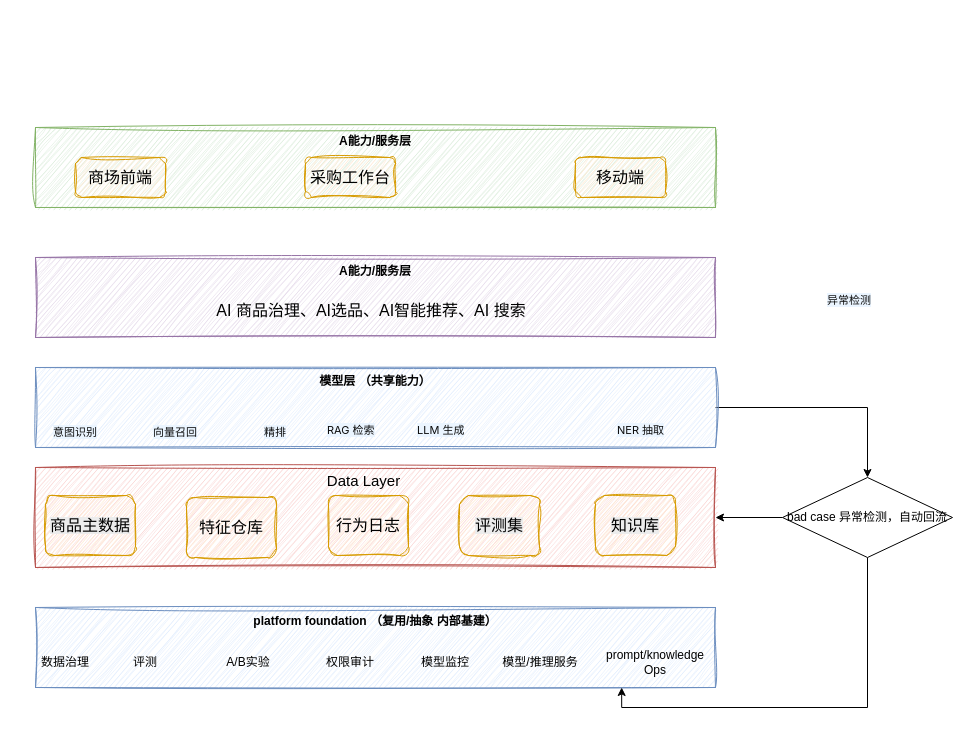
Above: page "第 1 页" (3 of 4) of AI基础能力分层架构.drawio in China-li-bai/draw (draw.io), before the change. Source tidied: cells renumbered, new cells numbered last; positions are measured from the earlier drawing's top-left corner, leaving out a move shared by most shapes. Both pictures are drawn from the tidied source at 100%, with x=0, y=0 at pixel (35, 127).
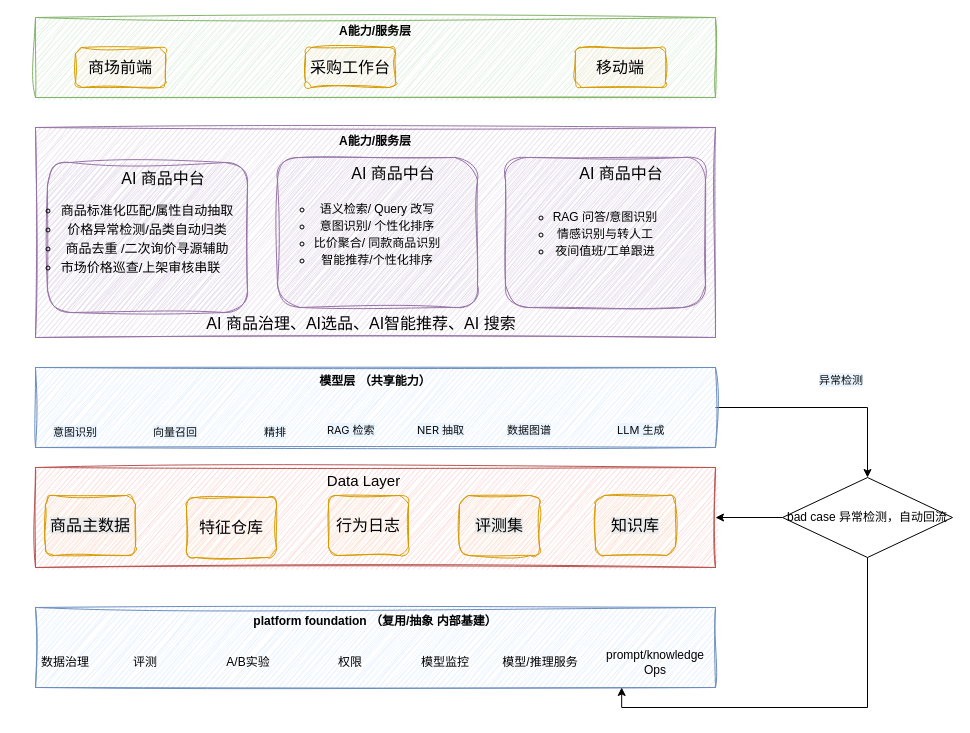
Above is the later version.

Commit message:
更新AI基础能力分层架构.drawio

The edit, as a diff of the source:
```diff
@@
-    <mxCell id="9" value="权限审计" style="text;html=1;whiteSpace=wrap;strokeColor=none;fillColor=none;align=center;verticalAlign=middle;rounded=0;" parent="1" vertex="1">
+    <mxCell id="9" value="权限" style="text;html=1;whiteSpace=wrap;strokeColor=none;fillColor=none;align=center;verticalAlign=middle;rounded=0;" parent="1" vertex="1">
       <mxGeometry x="285" y="520" width="60" height="30" as="geometry" />
     </mxCell>
@@
     <mxCell id="21" value="&lt;span style=&quot;color: rgb(13, 13, 13); font-family: -apple-system, &amp;quot;system-ui&amp;quot;, &amp;quot;PingFang SC&amp;quot;, &amp;quot;Hiragino Sans GB&amp;quot;, &amp;quot;Hiragino Sans&amp;quot;, &amp;quot;SF Pro Text&amp;quot;, system-ui, &amp;quot;Noto Sans SC&amp;quot;, &amp;quot;Helvetica Neue&amp;quot;, Helvetica, Arial, sans-serif; font-style: normal; font-variant-ligatures: normal; font-variant-caps: normal; letter-spacing: normal; orphans: 2; text-align: start; text-indent: 0px; text-transform: none; widows: 2; word-spacing: 0px; -webkit-text-stroke-width: 0px; white-space: pre-line; background-color: rgb(235, 245, 255); text-decoration-thickness: initial; text-decoration-style: initial; text-decoration-color: initial; float: none; display: inline !important;&quot;&gt;NER&amp;nbsp;抽取&lt;/span&gt;" style="text;whiteSpace=wrap;html=1;fontStyle=0;fontSize=11;" parent="1" vertex="1">
-      <mxGeometry x="580" y="290" width="100" height="40" as="geometry" />
+      <mxGeometry x="380" y="290" width="100" height="40" as="geometry" />
     </mxCell>
     <mxCell id="22" value="&lt;span style=&quot;color: rgb(13, 13, 13); font-family: -apple-system, &amp;quot;system-ui&amp;quot;, &amp;quot;PingFang SC&amp;quot;, &amp;quot;Hiragino Sans GB&amp;quot;, &amp;quot;Hiragino Sans&amp;quot;, &amp;quot;SF Pro Text&amp;quot;, system-ui, &amp;quot;Noto Sans SC&amp;quot;, &amp;quot;Helvetica Neue&amp;quot;, Helvetica, Arial, sans-serif; font-style: normal; font-variant-ligatures: normal; font-variant-caps: normal; letter-spacing: normal; orphans: 2; text-align: start; text-indent: 0px; text-transform: none; widows: 2; word-spacing: 0px; -webkit-text-stroke-width: 0px; white-space: pre-line; background-color: rgb(235, 245, 255); text-decoration-thickness: initial; text-decoration-style: initial; text-decoration-color: initial; float: none; display: inline !important;&quot;&gt;异常检测&lt;/span&gt;" style="text;whiteSpace=wrap;html=1;fontStyle=0;fontSize=11;" parent="1" vertex="1">
-      <mxGeometry x="790" y="160" width="100" height="40" as="geometry" />
+      <mxGeometry x="782" y="240" width="100" height="40" as="geometry" />
     </mxCell>
     <mxCell id="23" value="&lt;span style=&quot;color: rgb(13, 13, 13); font-family: -apple-system, &amp;quot;system-ui&amp;quot;, &amp;quot;PingFang SC&amp;quot;, &amp;quot;Hiragino Sans GB&amp;quot;, &amp;quot;Hiragino Sans&amp;quot;, &amp;quot;SF Pro Text&amp;quot;, system-ui, &amp;quot;Noto Sans SC&amp;quot;, &amp;quot;Helvetica Neue&amp;quot;, Helvetica, Arial, sans-serif; font-style: normal; font-variant-ligatures: normal; font-variant-caps: normal; letter-spacing: normal; orphans: 2; text-align: start; text-indent: 0px; text-transform: none; widows: 2; word-spacing: 0px; -webkit-text-stroke-width: 0px; white-space: pre-line; background-color: rgb(235, 245, 255); text-decoration-thickness: initial; text-decoration-style: initial; text-decoration-color: initial; float: none; display: inline !important;&quot;&gt;LLM&amp;nbsp;生成&lt;/span&gt;" style="text;whiteSpace=wrap;html=1;fontStyle=0;fontSize=11;" parent="1" vertex="1">
-      <mxGeometry x="380" y="290" width="100" height="40" as="geometry" />
+      <mxGeometry x="580" y="290" width="100" height="40" as="geometry" />
     </mxCell>
@@
     <mxCell id="25" value="A能力/服务层" style="rounded=0;whiteSpace=wrap;html=1;verticalAlign=top;fontStyle=1;sketch=1;curveFitting=1;jiggle=2;fillColor=#e1d5e7;strokeColor=#9673a6;" parent="1" vertex="1">
-      <mxGeometry y="130" width="680" height="80" as="geometry" />
+      <mxGeometry width="680" height="210" as="geometry" />
     </mxCell>
     <mxCell id="26" value="&lt;div style=&quot;font-size: medium; text-align: start;&quot;&gt;&lt;/div&gt;&lt;div class=&quot;document&quot; style=&quot;font-size: medium; text-align: start;&quot;&gt;&lt;div class=&quot;section&quot;&gt;&lt;p class=&quot;paragraph text-align-type-justify&quot; style=&quot;margin: 3pt 0pt 4pt; text-align: justify; font-family: 等线; font-size: 12pt; line-height: 1.3; text-indent: 24pt;&quot;&gt;&lt;span style=&quot;font-size: 12pt; font-family: 宋体; letter-spacing: 0pt; vertical-align: baseline;&quot;&gt;AI 商品治理、AI选品、AI智能推荐、AI 搜索&lt;/span&gt;&lt;/p&gt;&lt;/div&gt;&lt;/div&gt;" style="text;html=1;whiteSpace=wrap;strokeColor=none;fillColor=none;align=center;verticalAlign=middle;rounded=0;" parent="1" vertex="1">
-      <mxGeometry y="170" width="640" height="30" as="geometry" />
+      <mxGeometry x="-10" y="183" width="640" height="30" as="geometry" />
     </mxCell>
     <mxCell id="27" value="A能力/服务层" style="rounded=0;whiteSpace=wrap;html=1;verticalAlign=top;fontStyle=1;sketch=1;curveFitting=1;jiggle=2;fillColor=#d5e8d4;strokeColor=#82b366;" parent="1" vertex="1">
-      <mxGeometry width="680" height="80" as="geometry" />
+      <mxGeometry y="-110" width="680" height="80" as="geometry" />
     </mxCell>
     <mxCell id="28" value="&lt;font face=&quot;宋体&quot;&gt;&lt;span style=&quot;font-size: 16px;&quot;&gt;移动端&lt;/span&gt;&lt;/font&gt;" style="rounded=1;whiteSpace=wrap;html=1;fillColor=#ffe6cc;strokeColor=#d79b00;sketch=1;curveFitting=1;jiggle=2;" parent="1" vertex="1">
-      <mxGeometry x="540" y="30" width="90" height="40" as="geometry" />
+      <mxGeometry x="540" y="-80" width="90" height="40" as="geometry" />
     </mxCell>
     <mxCell id="29" value="&lt;font face=&quot;宋体&quot;&gt;&lt;span style=&quot;font-size: 16px;&quot;&gt;商场前端&lt;/span&gt;&lt;/font&gt;" style="rounded=1;whiteSpace=wrap;html=1;fillColor=#ffe6cc;strokeColor=#d79b00;sketch=1;curveFitting=1;jiggle=2;" parent="1" vertex="1">
-      <mxGeometry x="40" y="30" width="90" height="40" as="geometry" />
+      <mxGeometry x="40" y="-80" width="90" height="40" as="geometry" />
     </mxCell>
     <mxCell id="30" value="&lt;font face=&quot;宋体&quot;&gt;&lt;span style=&quot;font-size: 16px;&quot;&gt;采购工作台&lt;/span&gt;&lt;/font&gt;" style="rounded=1;whiteSpace=wrap;html=1;fillColor=#ffe6cc;strokeColor=#d79b00;sketch=1;curveFitting=1;jiggle=2;" parent="1" vertex="1">
-      <mxGeometry x="270" y="30" width="90" height="40" as="geometry" />
+      <mxGeometry x="270" y="-80" width="90" height="40" as="geometry" />
     </mxCell>
@@
+    <mxCell id="35" value="&lt;font color=&quot;#0d0d0d&quot; face=&quot;-apple-system, system-ui, PingFang SC, Hiragino Sans GB, Hiragino Sans, SF Pro Text, system-ui, Noto Sans SC, Helvetica Neue, Helvetica, Arial, sans-serif&quot;&gt;&lt;span style=&quot;white-space-collapse: preserve-breaks; background-color: rgb(235, 245, 255);&quot;&gt;数据图谱&lt;/span&gt;&lt;/font&gt;" style="text;whiteSpace=wrap;html=1;fontStyle=0;fontSize=11;" parent="1" vertex="1">
+      <mxGeometry x="470" y="290" width="100" height="40" as="geometry" />
+    </mxCell>
+    <mxCell id="36" value="&lt;div style=&quot;text-align: justify; text-indent: 32px;&quot;&gt;&lt;font face=&quot;宋体&quot;&gt;&lt;span style=&quot;font-size: 16px;&quot;&gt;AI 商品中台&lt;/span&gt;&lt;/font&gt;&lt;/div&gt;" style="rounded=1;whiteSpace=wrap;html=1;fillColor=#e1d5e7;strokeColor=#9673a6;sketch=1;curveFitting=1;jiggle=2;verticalAlign=top;" parent="1" vertex="1">
+      <mxGeometry x="12" y="35" width="200" height="150" as="geometry" />
+    </mxCell>
+    <mxCell id="37" value="&lt;ul class=&quot;ul1&quot; style=&quot;list-style-type: circle;&quot;&gt;&lt;li class=&quot;li1&quot; style=&quot;margin: 0px; font-style: normal; font-variant: normal; font-size-adjust: none; font-language-override: normal; font-kerning: auto; font-optical-sizing: auto; font-feature-settings: normal; font-variation-settings: normal; font-stretch: normal; line-height: normal; font-family: Helvetica;&quot;&gt;商品标准化匹配/属性自动抽取&lt;/li&gt;&lt;li class=&quot;li1&quot; style=&quot;margin: 0px; font-style: normal; font-variant: normal; font-size-adjust: none; font-language-override: normal; font-kerning: auto; font-optical-sizing: auto; font-feature-settings: normal; font-variation-settings: normal; font-stretch: normal; line-height: normal; font-family: Helvetica;&quot;&gt;价格异常检测/品类自动归类&lt;/li&gt;&lt;li class=&quot;li1&quot; style=&quot;margin: 0px; font-style: normal; font-variant: normal; font-size-adjust: none; font-language-override: normal; font-kerning: auto; font-optical-sizing: auto; font-feature-settings: normal; font-variation-settings: normal; font-stretch: normal; line-height: normal; font-family: Helvetica;&quot;&gt;商品去重 /二次询价寻源辅助&lt;/li&gt;&lt;li class=&quot;li1&quot; style=&quot;text-align: left; margin: 0px; font-style: normal; font-variant: normal; font-size-adjust: none; font-language-override: normal; font-kerning: auto; font-optical-sizing: auto; font-feature-settings: normal; font-variation-settings: normal; font-stretch: normal; line-height: normal; font-family: Helvetica;&quot;&gt;市场价格巡查/上架审核串联&lt;/li&gt;&lt;/ul&gt;" style="text;html=1;whiteSpace=wrap;strokeColor=none;fillColor=none;align=center;verticalAlign=middle;rounded=0;fontSize=13;" parent="1" vertex="1">
+      <mxGeometry x="-18" y="65" width="220" height="90" as="geometry" />
+    </mxCell>
+    <mxCell id="38" value="&lt;div style=&quot;text-align: justify; text-indent: 32px;&quot;&gt;&lt;font face=&quot;宋体&quot;&gt;&lt;span style=&quot;font-size: 16px;&quot;&gt;AI 商品中台&lt;/span&gt;&lt;/font&gt;&lt;/div&gt;" style="rounded=1;whiteSpace=wrap;html=1;fillColor=#e1d5e7;strokeColor=#9673a6;sketch=1;curveFitting=1;jiggle=2;verticalAlign=top;" parent="1" vertex="1">
+      <mxGeometry x="242" y="30" width="200" height="150" as="geometry" />
+    </mxCell>
+    <mxCell id="39" value="&lt;ul class=&quot;ul1&quot; style=&quot;list-style-type: circle;&quot;&gt;&lt;li class=&quot;li1&quot; style=&quot;margin: 0px; font-style: normal; font-variant: normal; font-size-adjust: none; font-language-override: normal; font-kerning: auto; font-optical-sizing: auto; font-feature-settings: normal; font-variation-settings: normal; font-stretch: normal; font-size: 12px; line-height: normal; font-family: Helvetica;&quot;&gt;语义检索/ Query 改写&lt;/li&gt;&lt;li class=&quot;li1&quot; style=&quot;margin: 0px; font-style: normal; font-variant: normal; font-size-adjust: none; font-language-override: normal; font-kerning: auto; font-optical-sizing: auto; font-feature-settings: normal; font-variation-settings: normal; font-stretch: normal; font-size: 12px; line-height: normal; font-family: Helvetica;&quot;&gt;意图识别/ 个性化排序&lt;/li&gt;&lt;li class=&quot;li1&quot; style=&quot;margin: 0px; font-style: normal; font-variant: normal; font-size-adjust: none; font-language-override: normal; font-kerning: auto; font-optical-sizing: auto; font-feature-settings: normal; font-variation-settings: normal; font-stretch: normal; font-size: 12px; line-height: normal; font-family: Helvetica;&quot;&gt;比价聚合/ 同款商品识别&lt;/li&gt;&lt;li class=&quot;li1&quot; style=&quot;margin: 0px; font-style: normal; font-variant: normal; font-size-adjust: none; font-language-override: normal; font-kerning: auto; font-optical-sizing: auto; font-feature-settings: normal; font-variation-settings: normal; font-stretch: normal; font-size: 12px; line-height: normal; font-family: Helvetica;&quot;&gt;智能推荐/个性化排序&lt;/li&gt;&lt;/ul&gt;" style="text;html=1;whiteSpace=wrap;strokeColor=none;fillColor=none;align=center;verticalAlign=middle;rounded=0;fontSize=13;" parent="1" vertex="1">
+      <mxGeometry x="212" y="60" width="220" height="90" as="geometry" />
+    </mxCell>
+    <mxCell id="40" value="&lt;div style=&quot;text-align: justify; text-indent: 32px;&quot;&gt;&lt;font face=&quot;宋体&quot;&gt;&lt;span style=&quot;font-size: 16px;&quot;&gt;AI 商品中台&lt;/span&gt;&lt;/font&gt;&lt;/div&gt;" style="rounded=1;whiteSpace=wrap;html=1;fillColor=#e1d5e7;strokeColor=#9673a6;sketch=1;curveFitting=1;jiggle=2;verticalAlign=top;" parent="1" vertex="1">
+      <mxGeometry x="470" y="30" width="200" height="150" as="geometry" />
+    </mxCell>
+    <mxCell id="41" value="&lt;ul class=&quot;ul1&quot; style=&quot;list-style-type: circle;&quot;&gt;&lt;li class=&quot;li1&quot; style=&quot;margin: 0px; font-style: normal; font-variant: normal; font-size-adjust: none; font-language-override: normal; font-kerning: auto; font-optical-sizing: auto; font-feature-settings: normal; font-variation-settings: normal; font-stretch: normal; font-size: 12px; line-height: normal; font-family: Helvetica;&quot;&gt;RAG 问答/意图识别&lt;/li&gt;&lt;li class=&quot;li1&quot; style=&quot;margin: 0px; font-style: normal; font-variant: normal; font-size-adjust: none; font-language-override: normal; font-kerning: auto; font-optical-sizing: auto; font-feature-settings: normal; font-variation-settings: normal; font-stretch: normal; font-size: 12px; line-height: normal; font-family: Helvetica;&quot;&gt;情感识别与转人工&lt;/li&gt;&lt;li class=&quot;li1&quot; style=&quot;margin: 0px; font-style: normal; font-variant: normal; font-size-adjust: none; font-language-override: normal; font-kerning: auto; font-optical-sizing: auto; font-feature-settings: normal; font-variation-settings: normal; font-stretch: normal; font-size: 12px; line-height: normal; font-family: Helvetica;&quot;&gt;夜间值班/工单跟进&lt;/li&gt;&lt;/ul&gt;" style="text;html=1;whiteSpace=wrap;strokeColor=none;fillColor=none;align=center;verticalAlign=middle;rounded=0;fontSize=13;" parent="1" vertex="1">
+      <mxGeometry x="440" y="60" width="220" height="90" as="geometry" />
+    </mxCell>
```
